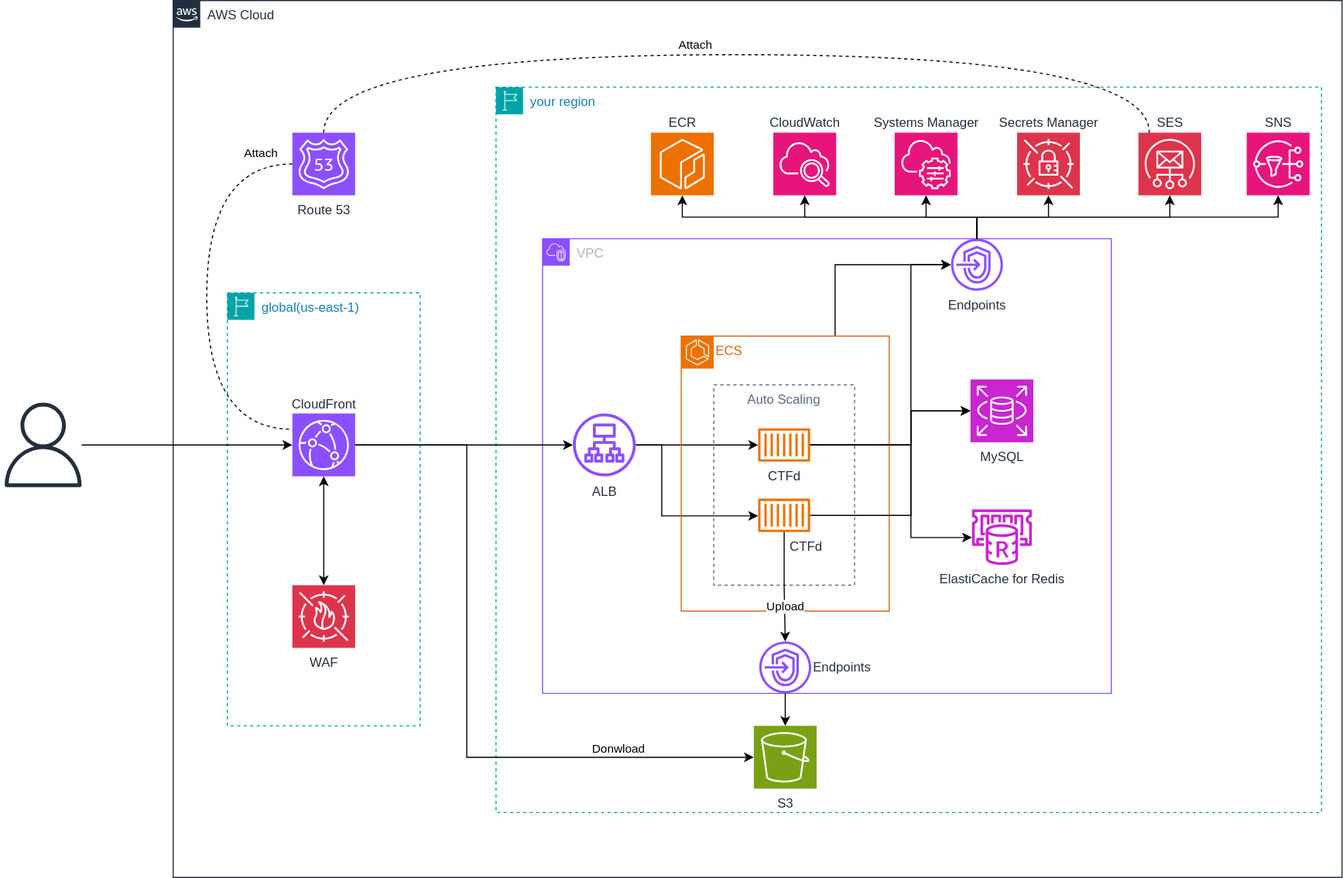
The draw.io diagram architecture.drawio.svg in raihalea/ExcessiveCloudTFd, before a commit. Source tidied: cells renumbered, new cells last; positions are measured from the earlier drawing's top-left corner, leaving out a move shared by most shapes.
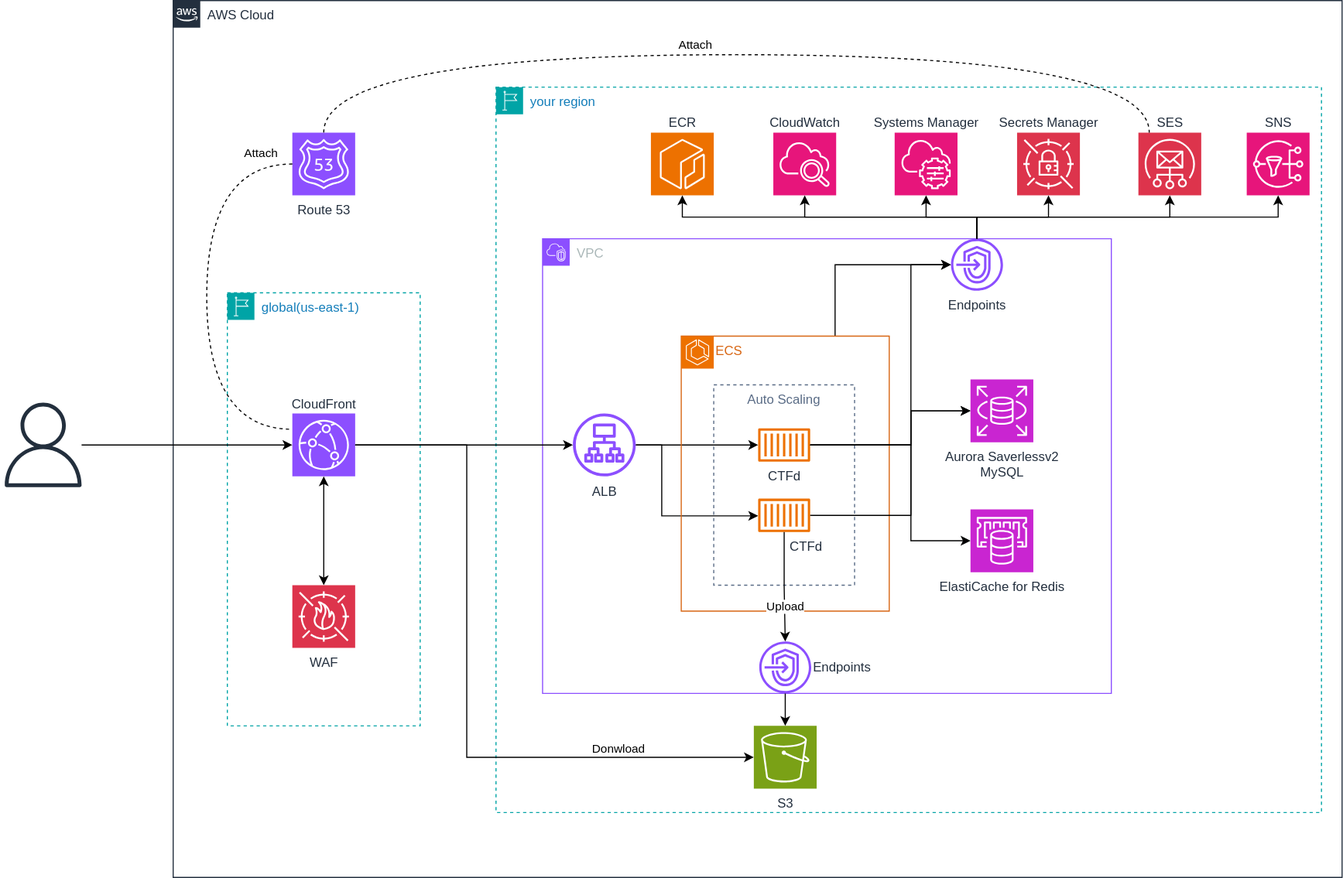
The same diagram one commit later.

The edit, as a diff of the source:
```diff
@@ -59,12 +59,9 @@
     <mxCell id="17" value="CTFd" style="sketch=0;outlineConnect=0;fontColor=#232F3E;gradientColor=none;fillColor=#ED7100;strokeColor=none;dashed=0;verticalLabelPosition=bottom;verticalAlign=top;align=center;html=1;fontSize=12;fontStyle=0;shape=mxgraph.aws4.container_1;spacingLeft=40;" parent="13" vertex="1">
       <mxGeometry x="71" y="150" width="48" height="31" as="geometry" />
     </mxCell>
-    <mxCell id="18" value="MySQL" style="sketch=0;points=[[0,0,0],[0.25,0,0],[0.5,0,0],[0.75,0,0],[1,0,0],[0,1,0],[0.25,1,0],[0.5,1,0],[0.75,1,0],[1,1,0],[0,0.25,0],[0,0.5,0],[0,0.75,0],[1,0.25,0],[1,0.5,0],[1,0.75,0]];outlineConnect=0;fontColor=#232F3E;fillColor=#C925D1;strokeColor=#ffffff;dashed=0;verticalLabelPosition=bottom;verticalAlign=top;align=center;html=1;fontSize=12;fontStyle=0;shape=mxgraph.aws4.resourceIcon;resIcon=mxgraph.aws4.rds;" parent="8" vertex="1">
+    <mxCell id="18" value="Aurora Saverlessv2&lt;br&gt;MySQL" style="sketch=0;points=[[0,0,0],[0.25,0,0],[0.5,0,0],[0.75,0,0],[1,0,0],[0,1,0],[0.25,1,0],[0.5,1,0],[0.75,1,0],[1,1,0],[0,0.25,0],[0,0.5,0],[0,0.75,0],[1,0.25,0],[1,0.5,0],[1,0.75,0]];outlineConnect=0;fontColor=#232F3E;fillColor=#C925D1;strokeColor=#ffffff;dashed=0;verticalLabelPosition=bottom;verticalAlign=top;align=center;html=1;fontSize=12;fontStyle=0;shape=mxgraph.aws4.resourceIcon;resIcon=mxgraph.aws4.rds;" parent="8" vertex="1">
       <mxGeometry x="395" y="130" width="58" height="58" as="geometry" />
     </mxCell>
-    <mxCell id="19" value="ElastiCache for Redis" style="sketch=0;outlineConnect=0;fontColor=#232F3E;gradientColor=none;fillColor=#C925D1;strokeColor=none;dashed=0;verticalLabelPosition=bottom;verticalAlign=top;align=center;html=1;fontSize=12;fontStyle=0;shape=mxgraph.aws4.elasticache_for_redis;" parent="8" vertex="1">
-      <mxGeometry x="395" y="250" width="58" height="51.3" as="geometry" />
-    </mxCell>
     <mxCell id="20" style="edgeStyle=orthogonalEdgeStyle;rounded=0;jettySize=auto;html=1;entryX=0;entryY=0.5;entryDx=0;entryDy=0;entryPerimeter=0;" parent="8" edge="1" source="16" target="18">
       <mxGeometry relative="1" as="geometry">
         <Array as="points">
@@ -73,11 +70,11 @@
         </Array>
       </mxGeometry>
     </mxCell>
-    <mxCell id="21" style="edgeStyle=orthogonalEdgeStyle;rounded=0;jettySize=auto;html=1;" parent="8" edge="1" source="16" target="19">
+    <mxCell id="21" style="edgeStyle=orthogonalEdgeStyle;rounded=0;jettySize=auto;html=1;entryX=0;entryY=0.5;entryDx=0;entryDy=0;entryPerimeter=0;" parent="8" edge="1" source="16" target="19">
       <mxGeometry relative="1" as="geometry">
         <Array as="points">
           <mxPoint x="340" y="191" />
-          <mxPoint x="340" y="276" />
+          <mxPoint x="340" y="279" />
         </Array>
       </mxGeometry>
     </mxCell>
@@ -109,6 +106,9 @@
     <mxCell id="27" value="Upload" style="edgeLabel;html=1;align=center;verticalAlign=middle;" parent="26" vertex="1">
       <mxGeometry x="0.37" y="-1" relative="1" as="geometry" />
     </mxCell>
+    <mxCell id="19" value="ElastiCache for Redis" style="sketch=0;points=[[0,0,0],[0.25,0,0],[0.5,0,0],[0.75,0,0],[1,0,0],[0,1,0],[0.25,1,0],[0.5,1,0],[0.75,1,0],[1,1,0],[0,0.25,0],[0,0.5,0],[0,0.75,0],[1,0.25,0],[1,0.5,0],[1,0.75,0]];outlineConnect=0;fontColor=#232F3E;fillColor=#C925D1;strokeColor=#ffffff;dashed=0;verticalLabelPosition=bottom;verticalAlign=top;align=center;html=1;fontSize=12;fontStyle=0;shape=mxgraph.aws4.resourceIcon;resIcon=mxgraph.aws4.elasticache;" parent="8" vertex="1">
+      <mxGeometry x="395" y="250" width="58" height="58" as="geometry" />
+    </mxCell>
     <mxCell id="28" style="edgeStyle=orthogonalEdgeStyle;rounded=0;jettySize=auto;html=1;" parent="3" edge="1" source="6" target="11">
       <mxGeometry relative="1" as="geometry" />
     </mxCell>
```
